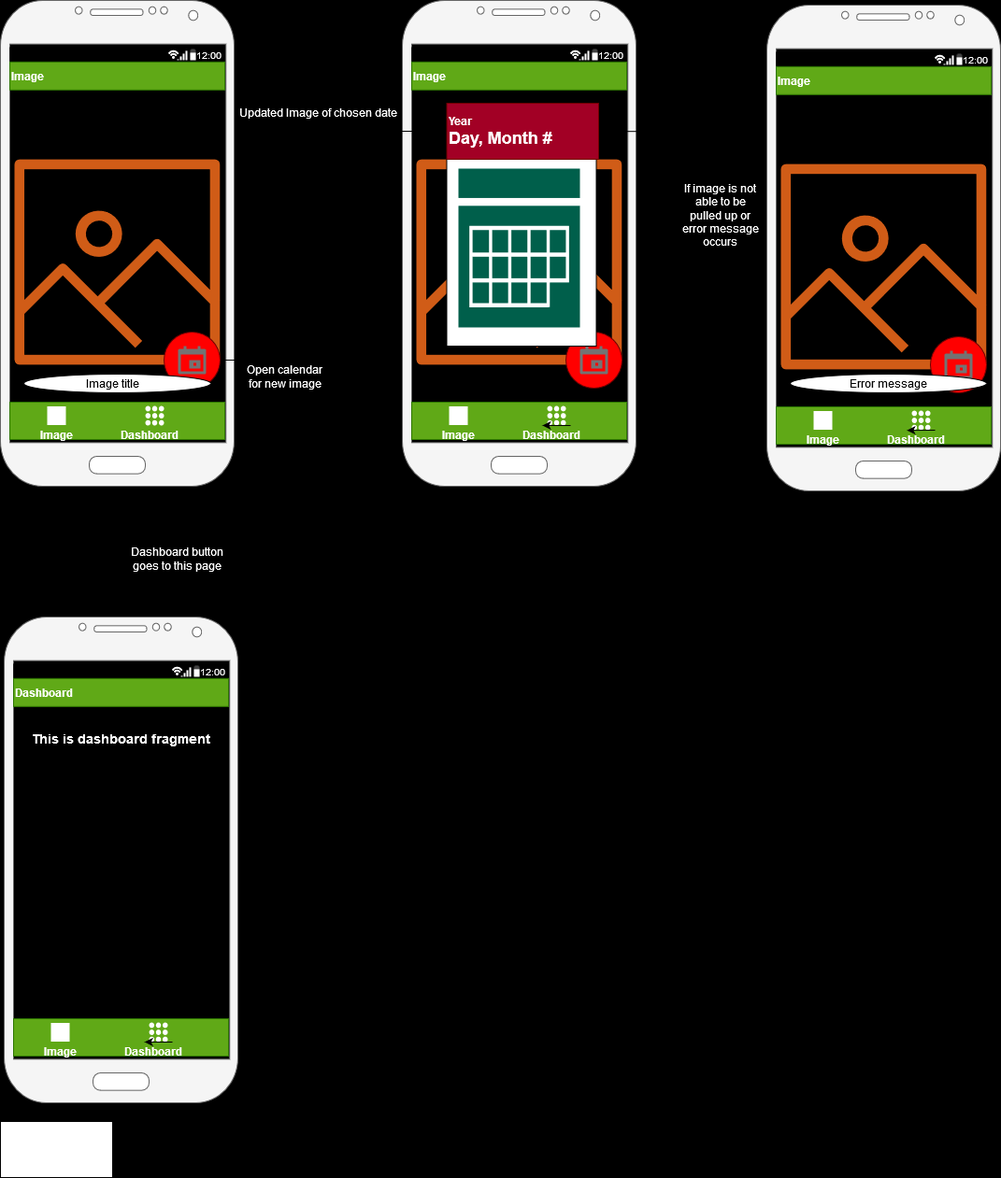
Above: docs/APoD.png in stevezun/nasa-apod (draw.io), before the change. Source tidied: cells renumbered, new cells last; positions are measured from the earlier drawing's top-left corner, leaving out a move shared by most shapes.
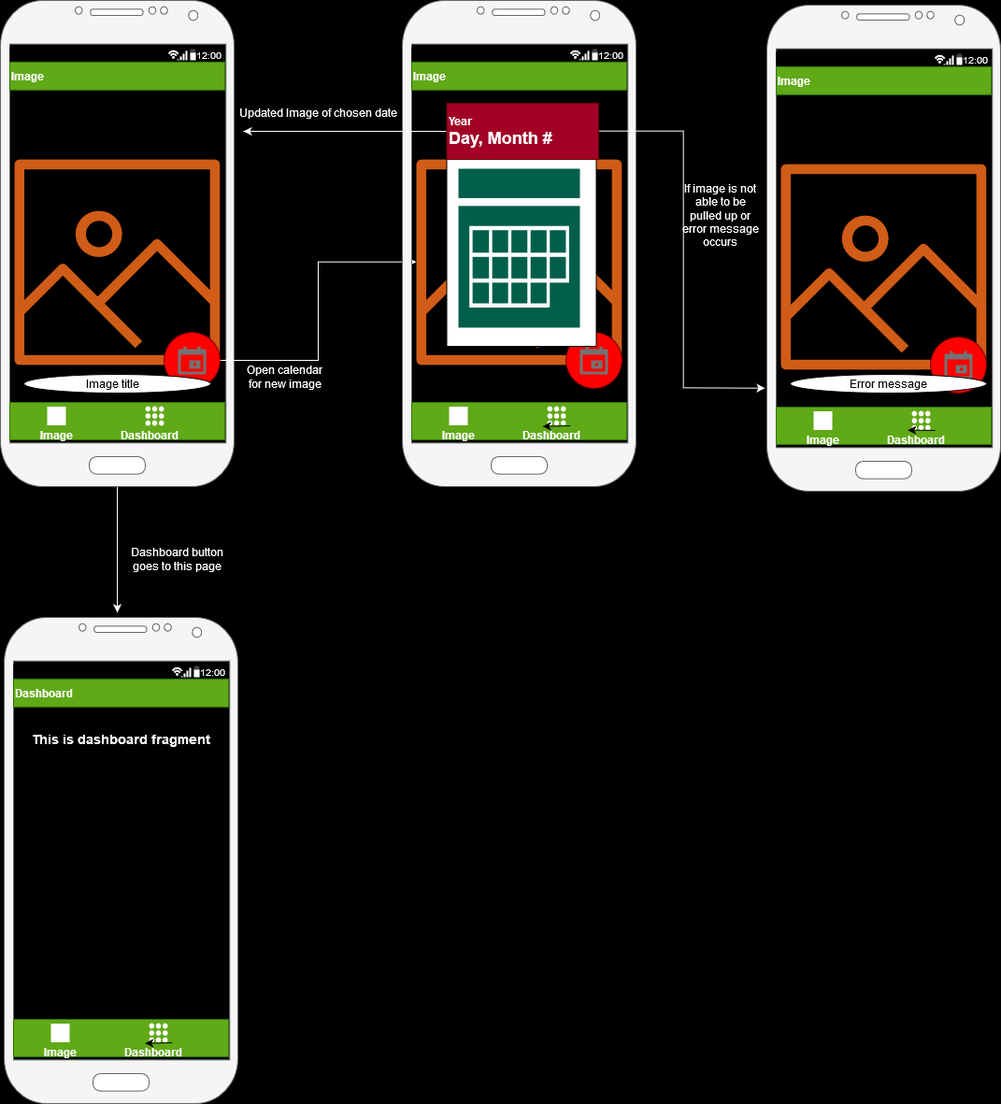
Later version of the same file.

Commit message:
Adjust the connecting line colors

What changed in the source:
```diff
@@ -2,7 +2,7 @@
   <root>
     <mxCell id="0" />
     <mxCell id="1" parent="0" />
-    <mxCell id="2" style="edgeStyle=orthogonalEdgeStyle;rounded=0;jettySize=auto;html=1;fontColor=#FFFFFF;entryX=0.484;entryY=-0.01;entryDx=0;entryDy=0;entryPerimeter=0;" parent="1" edge="1" source="3" target="51">
+    <mxCell id="2" style="edgeStyle=orthogonalEdgeStyle;rounded=0;jettySize=auto;html=1;fontColor=#FFFFFF;entryX=0.484;entryY=-0.01;entryDx=0;entryDy=0;entryPerimeter=0;strokeColor=#FFFFFF;" parent="1" edge="1" source="3" target="51">
       <mxGeometry relative="1" as="geometry" />
     </mxCell>
     <mxCell id="3" style="verticalLabelPosition=bottom;verticalAlign=top;html=1;shadow=0;dashed=0;strokeWidth=1;shape=mxgraph.android.phone2;fillColor=#f5f5f5;strokeColor=#666666;fontColor=#333333;" parent="1" vertex="1">
@@ -20,7 +20,7 @@
     <mxCell id="7" value="&lt;div align=&quot;left&quot;&gt;&lt;b&gt;Image&lt;/b&gt;&lt;/div&gt;" style="rounded=0;whiteSpace=wrap;html=1;fillColor=#60a917;strokeColor=#2D7600;fontColor=#ffffff;align=left;" parent="1" vertex="1">
       <mxGeometry x="10" y="65.8" width="230" height="30" as="geometry" />
     </mxCell>
-    <mxCell id="8" style="edgeStyle=orthogonalEdgeStyle;rounded=0;jettySize=auto;html=1;fontColor=#FFFFFF;" parent="1" edge="1" source="9" target="16">
+    <mxCell id="8" style="edgeStyle=orthogonalEdgeStyle;rounded=0;jettySize=auto;html=1;fontColor=#FFFFFF;strokeColor=#FFFFFF;" parent="1" edge="1" source="9" target="16">
       <mxGeometry relative="1" as="geometry" />
     </mxCell>
     <mxCell id="9" style="ellipse;whiteSpace=wrap;html=1;fillColor=#FF0000;strokeColor=#6F0000;fontColor=#ffffff;" parent="1" vertex="1">
@@ -80,12 +80,12 @@
     <mxCell id="27" style="rounded=0;whiteSpace=wrap;html=1;fillColor=#FFFFFF;fontColor=#FFFFFF;direction=south;" parent="1" vertex="1">
       <mxGeometry x="477.5" y="110" width="160" height="260" as="geometry" />
     </mxCell>
-    <mxCell id="28" style="edgeStyle=orthogonalEdgeStyle;rounded=0;jettySize=auto;html=1;fontColor=#FFFFFF;" parent="1" edge="1" source="30">
+    <mxCell id="28" style="edgeStyle=orthogonalEdgeStyle;rounded=0;jettySize=auto;html=1;fontColor=#FFFFFF;strokeColor=#FFFFFF;" parent="1" edge="1" source="30">
       <mxGeometry relative="1" as="geometry">
         <mxPoint x="260" y="140" as="targetPoint" />
       </mxGeometry>
     </mxCell>
-    <mxCell id="29" style="edgeStyle=orthogonalEdgeStyle;rounded=0;jettySize=auto;html=1;fontColor=#000000;entryX=-0.008;entryY=0.788;entryDx=0;entryDy=0;entryPerimeter=0;" parent="1" edge="1" source="30" target="34">
+    <mxCell id="29" style="edgeStyle=orthogonalEdgeStyle;rounded=0;jettySize=auto;html=1;fontColor=#000000;entryX=-0.008;entryY=0.788;entryDx=0;entryDy=0;entryPerimeter=0;strokeColor=#FFFFFF;" parent="1" edge="1" source="30" target="34">
       <mxGeometry relative="1" as="geometry" />
     </mxCell>
     <mxCell id="30" value="&lt;div align=&quot;left&quot;&gt;&lt;b&gt;Year&lt;/b&gt;&lt;/div&gt;&lt;div align=&quot;left&quot;&gt;&lt;font size=&quot;1&quot;&gt;&lt;b style=&quot;font-size: 18px&quot;&gt;Day, Month #&lt;/b&gt;&lt;/font&gt;&lt;br&gt;&lt;/div&gt;" style="rounded=0;whiteSpace=wrap;html=1;fillColor=#a20025;fontColor=#ffffff;strokeColor=#6F0000;align=left;" parent="1" vertex="1">
@@ -184,8 +184,5 @@
     <mxCell id="61" value="&lt;div&gt;Dashboard button &lt;br&gt;&lt;/div&gt;&lt;div&gt;goes to this page&lt;/div&gt;" style="text;html=1;align=center;verticalAlign=middle;fontColor=#FFFFFF;" parent="1" vertex="1">
       <mxGeometry x="134" y="583" width="110" height="30" as="geometry" />
     </mxCell>
-    <mxCell id="62" style="rounded=0;whiteSpace=wrap;html=1;fillColor=#FFFFFF;fontColor=#FFFFFF;" parent="1" vertex="1">
-      <mxGeometry y="1200" width="120" height="60" as="geometry" />
-    </mxCell>
   </root>
 </mxGraphModel>
```
